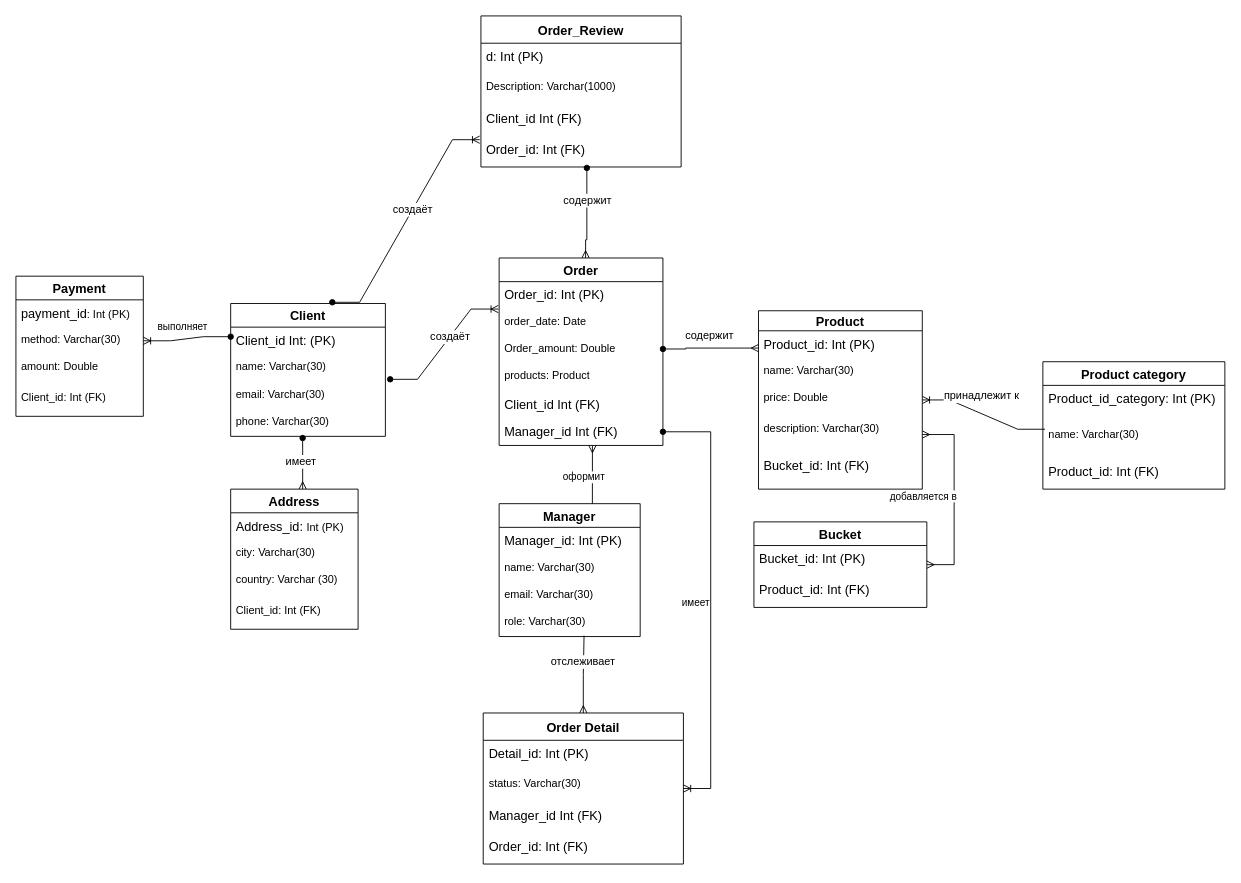
Before: page "Page-2" (2 of 2) of obos_6th.drawio in mati-tech/draw.io, a draw.io diagram. Source tidied: cells renumbered, new cells numbered last; positions are measured from the earlier drawing's top-left corner, leaving out a move shared by most shapes. Both pictures are drawn from the tidied source at 91%, with x=0, y=0 at pixel (15, 15).
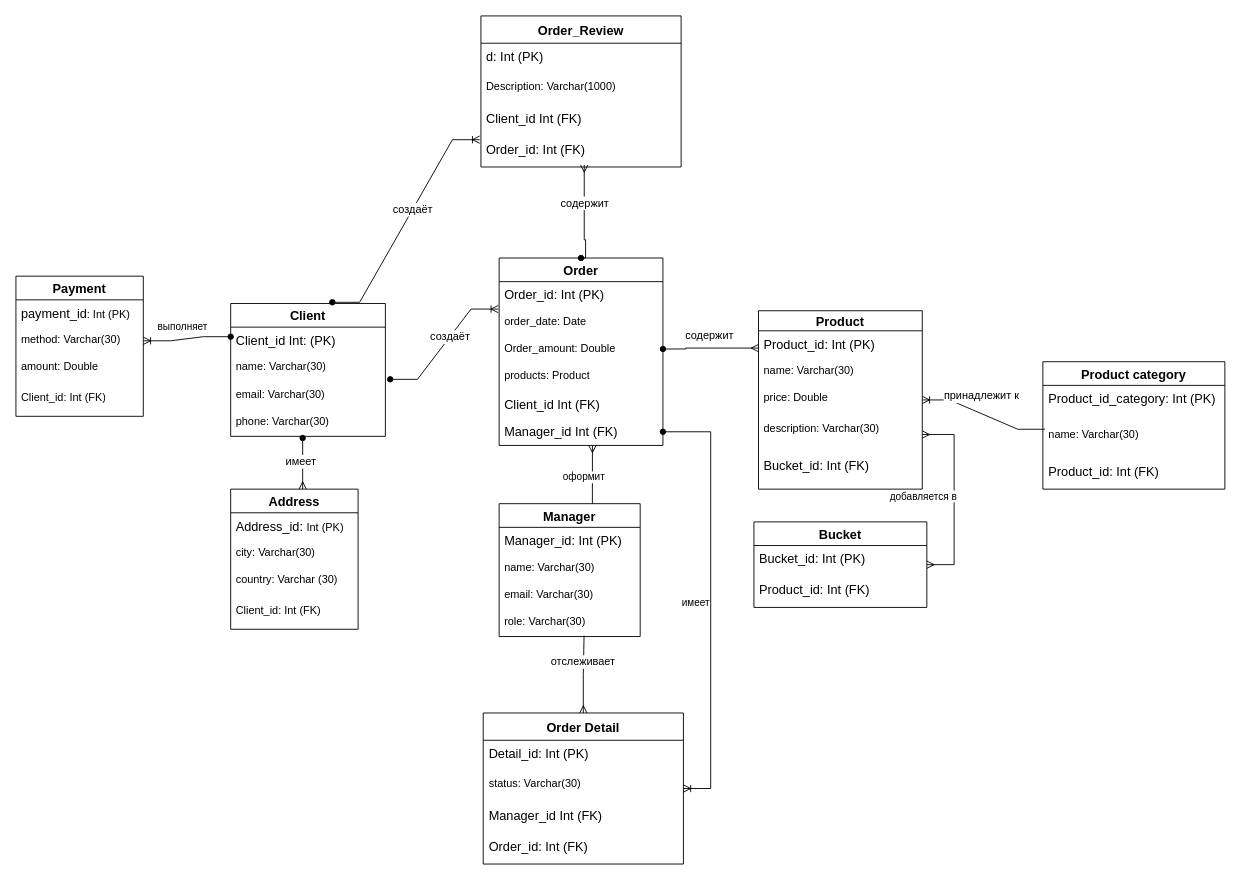
The same diagram, later.

Unchanged cells that the change refers to:
```xml
<mxCell id="9" value="Order" style="swimlane;fontStyle=1;horizontal=1;startSize=26;align=center;fontSize=14;" parent="1" vertex="1">
  <mxGeometry x="531" y="266" width="180" height="206" as="geometry" />
</mxCell>
<mxCell id="69" value="&lt;span style=&quot;font-size: 14px; text-align: center; text-wrap-mode: nowrap;&quot;&gt;Order_id: Int (FK)&lt;/span&gt;" style="text;strokeColor=none;fillColor=none;spacingLeft=4;spacingRight=4;overflow=hidden;points=[[0,0.5],[1,0.5]];portConstraint=eastwest;fontSize=12;whiteSpace=wrap;html=1;" parent="65" vertex="1">
  <mxGeometry y="132" width="220" height="34" as="geometry" />
</mxCell>
```

Change to the diagram source:
```diff
@@
-    <mxCell id="72" style="edgeStyle=orthogonalEdgeStyle;rounded=0;jettySize=auto;html=1;startArrow=oval;startFill=1;endArrow=ERmany;endFill=0;exitX=0.529;exitY=1.03;exitDx=0;exitDy=0;exitPerimeter=0;" parent="1" edge="1" source="69" target="9">
+    <mxCell id="72" style="edgeStyle=orthogonalEdgeStyle;rounded=0;jettySize=auto;html=1;startArrow=oval;startFill=1;endArrow=ERmany;endFill=0;entryX=0.516;entryY=0.935;entryDx=0;entryDy=0;entryPerimeter=0;exitX=0.5;exitY=0;exitDx=0;exitDy=0;" parent="1" edge="1" source="9" target="69">
       <mxGeometry relative="1" as="geometry">
         <Array as="points">
-          <mxPoint x="627" y="246" />
+          <mxPoint x="626" y="266" />
           <mxPoint x="626" y="246" />
+          <mxPoint x="624" y="246" />
         </Array>
       </mxGeometry>
     </mxCell>
```
